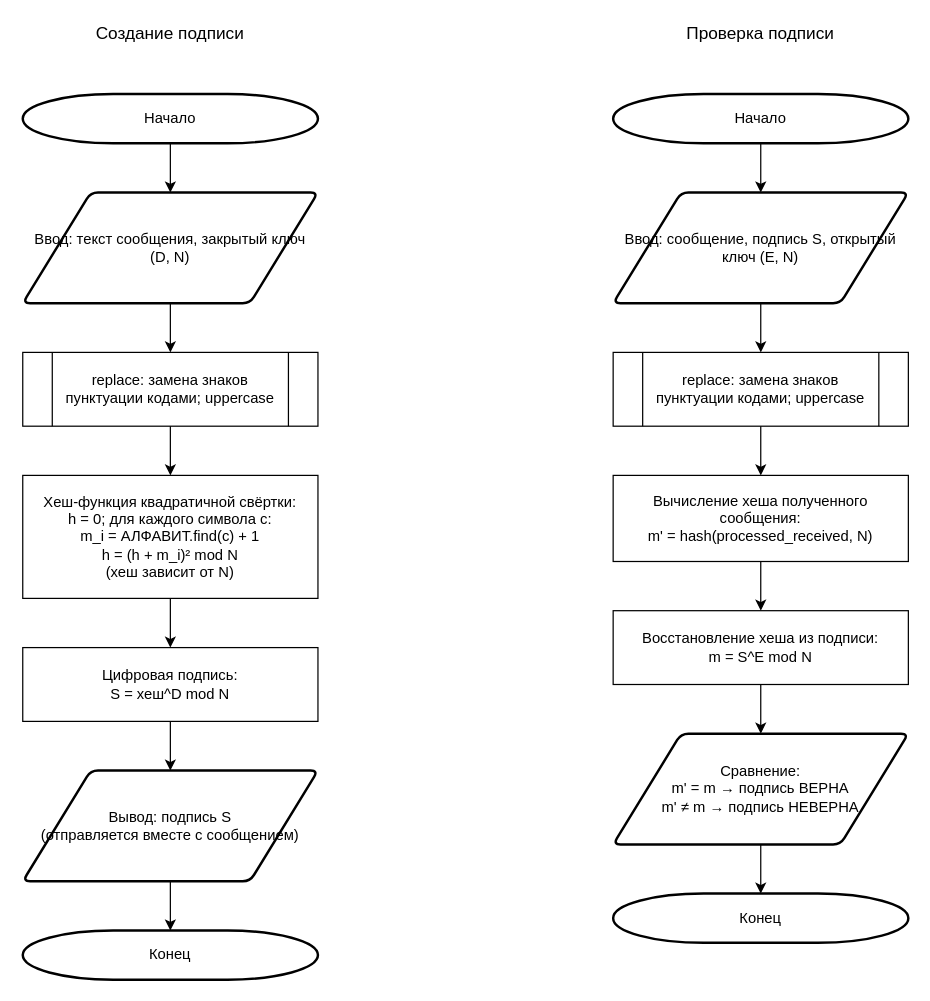
Before: rsa_signature_diagram.drawio in Laincetta/mospolytech-cryptography, a draw.io diagram. Source tidied: cells renumbered, new cells numbered last; positions are measured from the earlier drawing's top-left corner, leaving out a move shared by most shapes. Both pictures are drawn from the tidied source at 123%, with x=0, y=0 at pixel (22, 21).
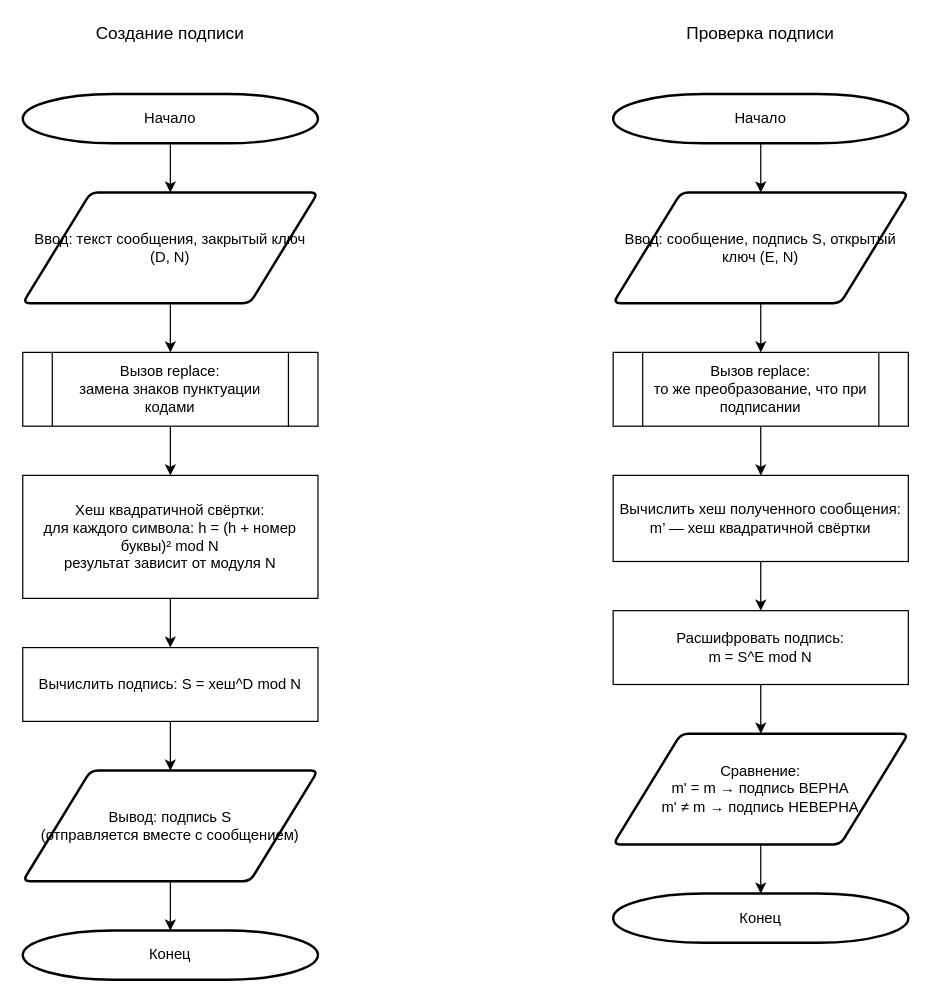
The same diagram, later.

Diff of the diagram source:
```diff
@@
-    <mxCell id="5" value="replace: замена знаков пунктуации кодами; uppercase" style="shape=process;whiteSpace=wrap;html=1;backgroundOutline=1;" parent="1" vertex="1">
+    <mxCell id="5" value="Вызов replace:&#10;замена знаков пунктуации кодами" style="shape=process;whiteSpace=wrap;html=1;backgroundOutline=1;" parent="1" vertex="1">
       <mxGeometry y="269" width="240" height="60" as="geometry" />
     </mxCell>
-    <mxCell id="6" value="Хеш-функция квадратичной свёртки:&#10;h = 0; для каждого символа c:&#10;m_i = АЛФАВИТ.find(c) + 1&#10;h = (h + m_i)² mod N&#10;(хеш зависит от N)" style="rounded=0;whiteSpace=wrap;html=1;" parent="1" vertex="1">
+    <mxCell id="6" value="Хеш квадратичной свёртки:&#10;для каждого символа: h = (h + номер буквы)² mod N&#10;результат зависит от модуля N" style="rounded=0;whiteSpace=wrap;html=1;" parent="1" vertex="1">
       <mxGeometry y="369" width="240" height="100" as="geometry" />
     </mxCell>
-    <mxCell id="7" value="Цифровая подпись:&#10;S = хеш^D mod N" style="rounded=0;whiteSpace=wrap;html=1;" parent="1" vertex="1">
+    <mxCell id="7" value="Вычислить подпись: S = хеш^D mod N" style="rounded=0;whiteSpace=wrap;html=1;" parent="1" vertex="1">
       <mxGeometry y="509" width="240" height="60" as="geometry" />
     </mxCell>
@@
-    <mxCell id="19" value="replace: замена знаков пунктуации кодами; uppercase" style="shape=process;whiteSpace=wrap;html=1;backgroundOutline=1;" parent="1" vertex="1">
+    <mxCell id="19" value="Вызов replace:&#10;то же преобразование, что при подписании" style="shape=process;whiteSpace=wrap;html=1;backgroundOutline=1;" parent="1" vertex="1">
       <mxGeometry x="480" y="269" width="240" height="60" as="geometry" />
     </mxCell>
-    <mxCell id="20" value="Вычисление хеша полученного сообщения:&#10;m' = hash(processed_received, N)" style="rounded=0;whiteSpace=wrap;html=1;" parent="1" vertex="1">
+    <mxCell id="20" value="Вычислить хеш полученного сообщения:&#10;m’ — хеш квадратичной свёртки" style="rounded=0;whiteSpace=wrap;html=1;" parent="1" vertex="1">
       <mxGeometry x="480" y="369" width="240" height="70" as="geometry" />
     </mxCell>
-    <mxCell id="21" value="Восстановление хеша из подписи:&#10;m = S^E mod N" style="rounded=0;whiteSpace=wrap;html=1;" parent="1" vertex="1">
+    <mxCell id="21" value="Расшифровать подпись:&#10;m = S^E mod N" style="rounded=0;whiteSpace=wrap;html=1;" parent="1" vertex="1">
       <mxGeometry x="480" y="479" width="240" height="60" as="geometry" />
     </mxCell>
```
